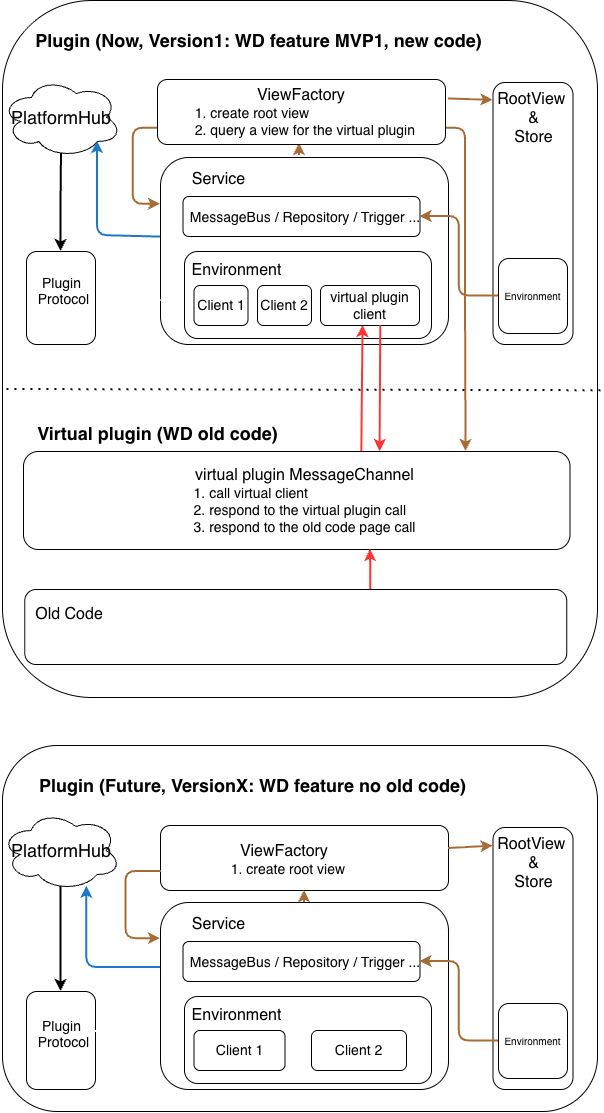
SumiaFish/kevinyyhuangcc keeps this draw.io diagram as 架构图-新旧代码迁移图.drawio.white.png. Above is the earlier version. Source tidied: cells renumbered, new cells last; positions are measured from the earlier drawing's top-left corner, leaving out a move shared by most shapes.
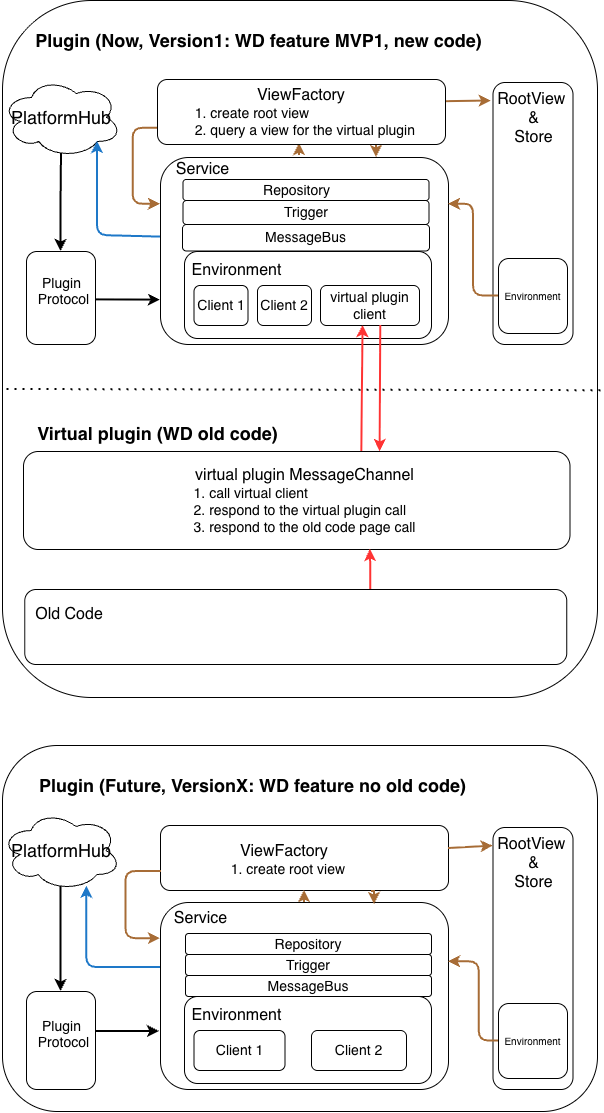
Later version of the same file.

Change to the diagram source:
```diff
@@ -30,7 +30,7 @@
       <mxGeometry x="193.5" y="285" width="54" height="40" as="geometry" />
     </mxCell>
     <mxCell id="10" value="&lt;font style=&quot;font-size: 16px;&quot;&gt;Service&lt;/font&gt;" style="text;html=1;whiteSpace=wrap;strokeColor=none;fillColor=none;align=center;verticalAlign=middle;rounded=0;" parent="1" vertex="1">
-      <mxGeometry x="182.5" y="163" width="71" height="31" as="geometry" />
+      <mxGeometry x="167" y="153" width="71" height="31" as="geometry" />
     </mxCell>
     <mxCell id="11" value="&lt;font style=&quot;font-size: 16px;&quot;&gt;RootView&amp;nbsp;&lt;/font&gt;&lt;div&gt;&lt;font style=&quot;font-size: 16px;&quot;&gt;&amp;amp;&lt;/font&gt;&lt;div&gt;&lt;font style=&quot;font-size: 16px;&quot;&gt;Store&lt;/font&gt;&lt;/div&gt;&lt;/div&gt;" style="text;html=1;whiteSpace=wrap;strokeColor=none;fillColor=none;align=center;verticalAlign=middle;rounded=0;" parent="1" vertex="1">
       <mxGeometry x="487.5" y="83" width="91" height="70" as="geometry" />
@@ -42,7 +42,7 @@
       <mxGeometry x="320" y="285" width="99" height="40" as="geometry" />
     </mxCell>
     <mxCell id="14" style="rounded=1;whiteSpace=wrap;html=1;roundedPerimeter=1;" parent="1" vertex="1">
-      <mxGeometry x="182.5" y="196" width="237" height="40" as="geometry" />
+      <mxGeometry x="182.5" y="179" width="246" height="21" as="geometry" />
     </mxCell>
     <mxCell id="15" style="edgeStyle=orthogonalEdgeStyle;rounded=0;jettySize=auto;html=1;defaultLabelBackgroundColor=page;startArrow=classic;startFill=1;endArrow=none;endFill=0;strokeWidth=2;" parent="1" edge="1" source="16" target="18">
       <mxGeometry x="-0.7" relative="1" as="geometry" />
@@ -77,20 +77,18 @@
     <mxCell id="24" value="&lt;font style=&quot;font-size: 14px;&quot;&gt;Client 2&lt;/font&gt;" style="rounded=1;whiteSpace=wrap;html=1;roundedPerimeter=1;" parent="1" vertex="1">
       <mxGeometry x="257" y="285" width="54" height="40" as="geometry" />
     </mxCell>
-    <mxCell id="25" style="endArrow=classic;html=1;rounded=0;defaultLabelBackgroundColor=page;entryX=0.055;entryY=0.24;entryDx=0;entryDy=0;exitX=1.005;exitY=0.353;exitDx=0;exitDy=0;strokeColor=#A76C36;strokeWidth=2;entryPerimeter=0;" parent="1" edge="1" target="11">
-      <mxGeometry relative="1" as="geometry">
-        <mxPoint x="448" y="98.5" as="sourcePoint" />
-      </mxGeometry>
+    <mxCell id="25" style="endArrow=classic;html=1;rounded=0;defaultLabelBackgroundColor=page;entryX=0.036;entryY=0.25;entryDx=0;entryDy=0;exitX=1.01;exitY=0.338;exitDx=0;exitDy=0;strokeColor=#A76C36;strokeWidth=2;entryPerimeter=0;" parent="1" edge="1" source="61" target="11">
+      <mxGeometry relative="1" as="geometry" />
     </mxCell>
-    <mxCell id="26" style="edgeStyle=orthogonalEdgeStyle;rounded=1;jettySize=auto;html=1;exitX=0;exitY=0.5;exitDx=0;exitDy=0;entryX=1;entryY=0.5;entryDx=0;entryDy=0;defaultLabelBackgroundColor=page;curved=0;strokeColor=#A76C36;strokeWidth=2;" parent="1" edge="1" source="29" target="14">
-      <mxGeometry relative="1" as="geometry" />
-    </mxCell>
-    <mxCell id="27" value="&lt;font style=&quot;font-size: 14px;&quot;&gt;&lt;div style=&quot;font-size: 12px;&quot;&gt;&lt;font style=&quot;font-size: 14px;&quot;&gt;&lt;br class=&quot;Apple-interchange-newline&quot;&gt;MessageB&lt;/font&gt;&lt;span style=&quot;font-size: 14px; background-color: transparent; color: light-dark(#000000, var(--ge-light-color, #ffffff));&quot;&gt;us /&amp;nbsp;&lt;/span&gt;&lt;span style=&quot;font-size: 14px; background-color: transparent; color: light-dark(#000000, var(--ge-light-color, #ffffff));&quot;&gt;Repository / Trigger ...&lt;/span&gt;&lt;/div&gt;&lt;/font&gt;" style="text;html=1;whiteSpace=wrap;strokeColor=none;fillColor=none;align=center;verticalAlign=middle;rounded=0;" parent="1" vertex="1">
-      <mxGeometry x="180.5" y="185" width="248" height="46" as="geometry" />
+    <mxCell id="27" value="&lt;font style=&quot;font-size: 14px;&quot;&gt;&lt;div style=&quot;font-size: 12px;&quot;&gt;&lt;span style=&quot;font-size: 14px;&quot;&gt;Repository&lt;/span&gt;&lt;/div&gt;&lt;/font&gt;" style="text;html=1;whiteSpace=wrap;strokeColor=none;fillColor=none;align=center;verticalAlign=middle;rounded=0;" parent="1" vertex="1">
+      <mxGeometry x="253.8" y="175" width="85" height="29" as="geometry" />
     </mxCell>
     <mxCell id="28" value="&lt;font style=&quot;font-size: 16px;&quot;&gt;Old Code&lt;/font&gt;" style="text;html=1;whiteSpace=wrap;strokeColor=none;fillColor=none;align=center;verticalAlign=middle;rounded=0;" parent="1" vertex="1">
       <mxGeometry x="26" y="598" width="86" height="31" as="geometry" />
     </mxCell>
+    <mxCell id="62" style="edgeStyle=orthogonalEdgeStyle;rounded=1;jettySize=auto;html=1;exitX=0;exitY=0.5;exitDx=0;exitDy=0;entryX=1;entryY=0.25;entryDx=0;entryDy=0;defaultLabelBackgroundColor=page;strokeWidth=2;strokeColor=#A76C36;curved=0;" parent="1" edge="1" source="29" target="6">
+      <mxGeometry relative="1" as="geometry" />
+    </mxCell>
     <mxCell id="29" value="&lt;font style=&quot;font-size: 10px;&quot;&gt;Environment&lt;/font&gt;" style="rounded=1;whiteSpace=wrap;html=1;roundedPerimeter=1;" parent="1" vertex="1">
       <mxGeometry x="498" y="258" width="69" height="75" as="geometry" />
     </mxCell>
@@ -113,7 +111,7 @@
       <mxGeometry x="193.5" y="1030" width="91" height="40" as="geometry" />
     </mxCell>
     <mxCell id="36" value="&lt;font style=&quot;font-size: 16px;&quot;&gt;Service&lt;/font&gt;" style="text;html=1;whiteSpace=wrap;strokeColor=none;fillColor=none;align=center;verticalAlign=middle;rounded=0;" parent="1" vertex="1">
-      <mxGeometry x="182.5" y="908" width="71" height="31" as="geometry" />
+      <mxGeometry x="165" y="902" width="71" height="31" as="geometry" />
     </mxCell>
     <mxCell id="37" value="&lt;font style=&quot;font-size: 16px;&quot;&gt;RootView&amp;nbsp;&lt;/font&gt;&lt;div&gt;&lt;font style=&quot;font-size: 16px;&quot;&gt;&amp;amp;&lt;/font&gt;&lt;div&gt;&lt;font style=&quot;font-size: 16px;&quot;&gt;Store&lt;/font&gt;&lt;/div&gt;&lt;/div&gt;" style="text;html=1;whiteSpace=wrap;strokeColor=none;fillColor=none;align=center;verticalAlign=middle;rounded=0;" parent="1" vertex="1">
       <mxGeometry x="487.5" y="828" width="91" height="70" as="geometry" />
@@ -121,9 +119,6 @@
     <mxCell id="38" value="&lt;font style=&quot;font-size: 16px;&quot;&gt;Environment&lt;/font&gt;" style="text;html=1;whiteSpace=wrap;strokeColor=none;fillColor=none;align=center;verticalAlign=middle;rounded=0;" parent="1" vertex="1">
       <mxGeometry x="187" y="999" width="99" height="31" as="geometry" />
     </mxCell>
-    <mxCell id="39" style="rounded=1;whiteSpace=wrap;html=1;roundedPerimeter=1;" parent="1" vertex="1">
-      <mxGeometry x="182.5" y="941" width="237" height="40" as="geometry" />
-    </mxCell>
     <mxCell id="40" style="edgeStyle=orthogonalEdgeStyle;rounded=0;jettySize=auto;html=1;defaultLabelBackgroundColor=page;endArrow=none;endFill=0;startArrow=classic;startFill=1;strokeWidth=2;" parent="1" edge="1" source="41" target="43">
       <mxGeometry x="-0.73" relative="1" as="geometry" />
     </mxCell>
@@ -148,12 +143,14 @@
     <mxCell id="47" style="endArrow=classic;html=1;rounded=0;defaultLabelBackgroundColor=page;entryX=0.098;entryY=0.155;entryDx=0;entryDy=0;exitX=1.005;exitY=0.353;exitDx=0;exitDy=0;strokeColor=#A76C36;strokeWidth=2;" parent="1" edge="1" source="30" target="33">
       <mxGeometry relative="1" as="geometry" />
     </mxCell>
-    <mxCell id="48" style="edgeStyle=orthogonalEdgeStyle;rounded=1;jettySize=auto;html=1;exitX=0;exitY=0.5;exitDx=0;exitDy=0;entryX=1;entryY=0.5;entryDx=0;entryDy=0;defaultLabelBackgroundColor=page;curved=0;strokeColor=#A76C36;strokeWidth=2;" parent="1" edge="1" source="50" target="39">
-      <mxGeometry relative="1" as="geometry" />
+    <mxCell id="48" style="edgeStyle=orthogonalEdgeStyle;rounded=1;jettySize=auto;html=1;exitX=0;exitY=0.5;exitDx=0;exitDy=0;entryX=1.008;entryY=0.314;entryDx=0;entryDy=0;defaultLabelBackgroundColor=page;curved=0;strokeColor=#A76C36;strokeWidth=2;" parent="1" edge="1" source="50" target="32">
+      <mxGeometry x="0.22" relative="1" as="geometry">
+        <Array as="points">
+          <mxPoint x="478.7" y="1040.5" />
+          <mxPoint x="478.7" y="961.3" />
+        </Array>
+      </mxGeometry>
     </mxCell>
-    <mxCell id="49" value="&lt;font style=&quot;font-size: 14px;&quot;&gt;&lt;br class=&quot;Apple-interchange-newline&quot;&gt;MessageB&lt;/font&gt;&lt;span style=&quot;background-color: transparent; font-size: 14px;&quot;&gt;us / &lt;/span&gt;&lt;span style=&quot;background-color: transparent; font-size: 14px;&quot;&gt;Repository / Trigger ...&lt;/span&gt;" style="text;html=1;whiteSpace=wrap;strokeColor=none;fillColor=none;align=center;verticalAlign=middle;rounded=0;" parent="1" vertex="1">
-      <mxGeometry x="180.5" y="930" width="248" height="46" as="geometry" />
-    </mxCell>
     <mxCell id="50" value="&lt;font style=&quot;font-size: 10px;&quot;&gt;Environment&lt;/font&gt;" style="rounded=1;whiteSpace=wrap;html=1;roundedPerimeter=1;" parent="1" vertex="1">
       <mxGeometry x="498" y="1003" width="69" height="75" as="geometry" />
     </mxCell>
@@ -165,11 +162,8 @@
         </Array>
       </mxGeometry>
     </mxCell>
-    <mxCell id="52" style="endArrow=classic;html=1;rounded=0;defaultLabelBackgroundColor=page;exitX=1;exitY=0.25;exitDx=0;exitDy=0;entryX=-0.008;entryY=0.378;entryDx=0;entryDy=0;entryPerimeter=0;strokeColor=light-dark(#FFFFFF,#FFFFFF);strokeWidth=2;" parent="1" edge="1">
-      <mxGeometry relative="1" as="geometry">
-        <mxPoint x="98" y="300" as="sourcePoint" />
-        <mxPoint x="162" y="300" as="targetPoint" />
-      </mxGeometry>
+    <mxCell id="52" style="endArrow=classic;html=1;rounded=1;defaultLabelBackgroundColor=page;exitX=0.968;exitY=0.531;exitDx=0;exitDy=0;entryX=-0.006;entryY=0.766;entryDx=0;entryDy=0;strokeColor=light-dark(#000000,#FFFFFF);strokeWidth=2;curved=0;exitPerimeter=0;" parent="1" edge="1" source="17" target="6">
+      <mxGeometry relative="1" as="geometry" />
     </mxCell>
     <mxCell id="53" style="endArrow=classic;html=1;rounded=1;defaultLabelBackgroundColor=page;exitX=-0.004;exitY=0.425;exitDx=0;exitDy=0;strokeColor=#1E78C8;strokeWidth=2;entryX=0.8;entryY=0.8;entryDx=0;entryDy=0;entryPerimeter=0;curved=0;" parent="1" edge="1" source="6" target="18">
       <mxGeometry x="-0.01" relative="1" as="geometry">
@@ -193,7 +187,7 @@
         </Array>
       </mxGeometry>
     </mxCell>
-    <mxCell id="57" style="endArrow=classic;html=1;rounded=0;defaultLabelBackgroundColor=page;exitX=1;exitY=0.25;exitDx=0;exitDy=0;entryX=-0.008;entryY=0.378;entryDx=0;entryDy=0;entryPerimeter=0;strokeColor=light-dark(#FFFFFF,#FFFFFF);strokeWidth=2;" parent="1" edge="1">
+    <mxCell id="57" style="endArrow=classic;html=1;rounded=0;defaultLabelBackgroundColor=page;exitX=1;exitY=0.25;exitDx=0;exitDy=0;entryX=-0.008;entryY=0.378;entryDx=0;entryDy=0;entryPerimeter=0;strokeColor=light-dark(#000000,#FFFFFF);strokeWidth=2;" parent="1" edge="1">
       <mxGeometry relative="1" as="geometry">
         <mxPoint x="95" y="1031" as="sourcePoint" />
         <mxPoint x="159" y="1031" as="targetPoint" />
@@ -213,11 +207,32 @@
         <mxPoint x="299" y="143" as="targetPoint" />
       </mxGeometry>
     </mxCell>
-    <mxCell id="60" style="edgeStyle=orthogonalEdgeStyle;rounded=1;jettySize=auto;html=1;exitX=1;exitY=0.75;exitDx=0;exitDy=0;entryX=0.816;entryY=-0.01;entryDx=0;entryDy=0;defaultLabelBackgroundColor=page;strokeColor=#A76C36;strokeWidth=2;curved=0;" parent="1" edge="1" source="61" target="4">
-      <mxGeometry relative="1" as="geometry" />
-    </mxCell>
+    <mxCell id="63" style="edgeStyle=orthogonalEdgeStyle;rounded=0;jettySize=auto;html=1;exitX=0.75;exitY=1;exitDx=0;exitDy=0;entryX=0.75;entryY=0;entryDx=0;entryDy=0;defaultLabelBackgroundColor=page;strokeWidth=2;strokeColor=#A76C36;" parent="1" edge="1" source="61" target="6">
+      <mxGeometry relative="1" as="geometry" />
+    </mxCell>
     <mxCell id="61" value="&lt;font style=&quot;font-size: 16px;&quot;&gt;ViewFactory&lt;/font&gt;&lt;div style=&quot;text-align: left;&quot;&gt;&lt;font style=&quot;font-size: 14px;&quot;&gt;&amp;nbsp; 1. create root view&lt;/font&gt;&lt;/div&gt;&lt;div style=&quot;text-align: left;&quot;&gt;&lt;font style=&quot;font-size: 14px;&quot;&gt;&amp;nbsp; 2. query a view for the virtual plugin&lt;/font&gt;&lt;/div&gt;" style="rounded=1;whiteSpace=wrap;html=1;roundedPerimeter=1;" parent="1" vertex="1">
       <mxGeometry x="157" y="79" width="288" height="65" as="geometry" />
     </mxCell>
+    <mxCell id="64" value="&lt;span style=&quot;font-size: 14px;&quot;&gt;Trigger&lt;/span&gt;" style="rounded=1;whiteSpace=wrap;html=1;roundedPerimeter=1;" parent="1" vertex="1">
+      <mxGeometry x="182.5" y="200" width="246" height="24" as="geometry" />
+    </mxCell>
+    <mxCell id="65" value="&lt;span style=&quot;background-color: transparent; font-size: 14px;&quot;&gt;MessageB&lt;/span&gt;&lt;span style=&quot;background-color: transparent; font-size: 14px;&quot;&gt;us&lt;/span&gt;" style="rounded=1;whiteSpace=wrap;html=1;roundedPerimeter=1;" parent="1" vertex="1">
+      <mxGeometry x="182" y="224" width="247" height="26.5" as="geometry" />
+    </mxCell>
+    <mxCell id="66" value="&lt;span style=&quot;font-size: 14px;&quot;&gt;Repository&lt;/span&gt;" style="rounded=1;whiteSpace=wrap;html=1;roundedPerimeter=1;" parent="1" vertex="1">
+      <mxGeometry x="185" y="933" width="246" height="21" as="geometry" />
+    </mxCell>
+    <mxCell id="67" value="&lt;span style=&quot;font-size: 14px;&quot;&gt;Trigger&lt;/span&gt;" style="rounded=1;whiteSpace=wrap;html=1;roundedPerimeter=1;" parent="1" vertex="1">
+      <mxGeometry x="185" y="954" width="246" height="21" as="geometry" />
+    </mxCell>
+    <mxCell id="68" value="&lt;font style=&quot;font-size: 14px;&quot;&gt;MessageB&lt;/font&gt;&lt;span style=&quot;background-color: transparent; font-size: 14px;&quot;&gt;us&lt;/span&gt;" style="rounded=1;whiteSpace=wrap;html=1;roundedPerimeter=1;" parent="1" vertex="1">
+      <mxGeometry x="185" y="975" width="246" height="21" as="geometry" />
+    </mxCell>
+    <mxCell id="69" style="edgeStyle=orthogonalEdgeStyle;rounded=0;orthogonalLoop=1;jettySize=auto;html=1;exitX=0.75;exitY=1;exitDx=0;exitDy=0;entryX=0.75;entryY=0;entryDx=0;entryDy=0;defaultLabelBackgroundColor=page;strokeWidth=2;strokeColor=#A76C36;" parent="1" edge="1">
+      <mxGeometry relative="1" as="geometry">
+        <mxPoint x="371" y="891" as="sourcePoint" />
+        <mxPoint x="374" y="904" as="targetPoint" />
+      </mxGeometry>
+    </mxCell>
   </root>
 </mxGraphModel>
```
